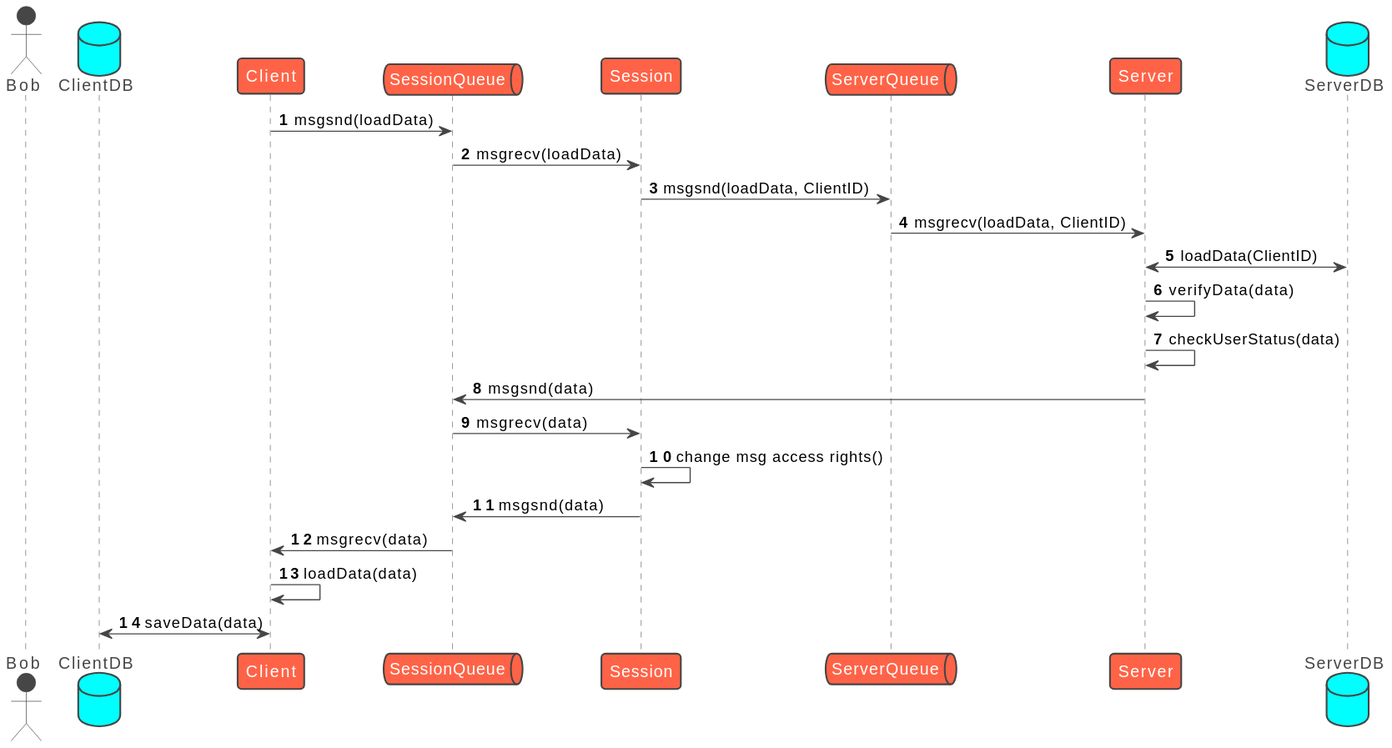
The PlantUML diagram out/loadClient.svg in mchlebosz/IPC-Chat-Service, before a commit.
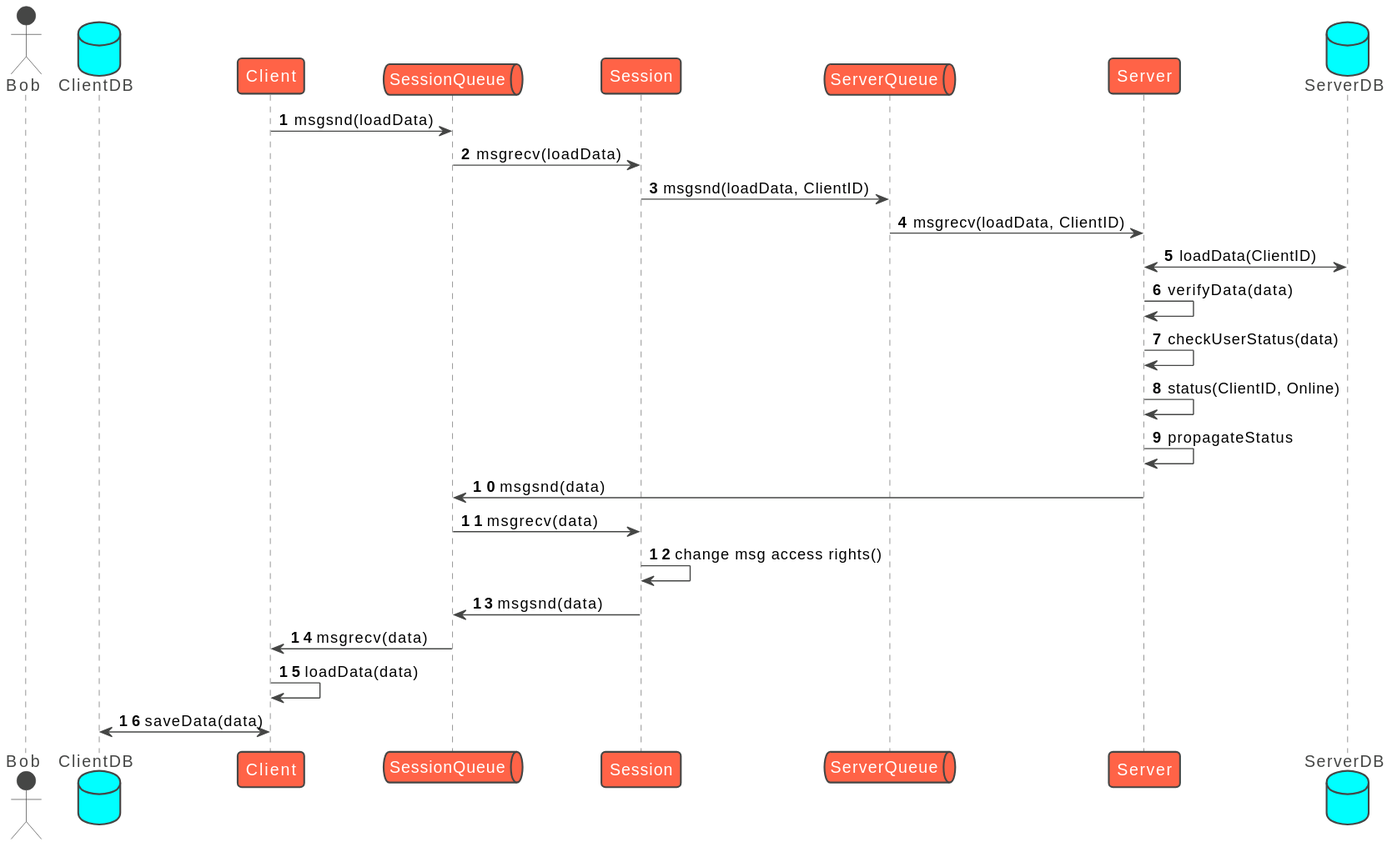
After the commit.

The edit, as a diff of the source:
```diff
@@ -19,6 +19,8 @@
 Server <-> ServerDB : loadData(ClientID)
 Server -> Server : verifyData(data)
 Server -> Server : checkUserStatus(data)
+Server -> Server : status(ClientID, Online)
+Server -> Server : propagateStatus
 
 Server -> SessionQueue : msgsnd(data)
 SessionQueue -> Session : msgrecv(data)
```
